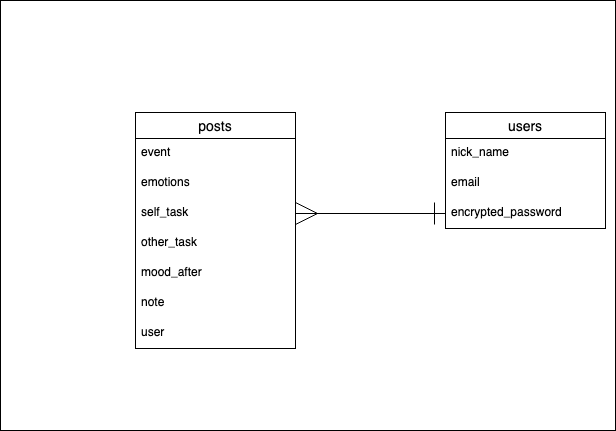
Before: ER.drawio.png, a diagram exported from draw.io (SymTr/oselfref). Source tidied: cells renumbered, new cells last; positions are measured from the earlier drawing's top-left corner, leaving out a move shared by most shapes. Its diagram source:
```xml
<mxGraphModel>
  <root>
    <mxCell id="0" />
    <mxCell id="1" parent="0" />
    <mxCell id="2" style="rounded=0;whiteSpace=wrap;html=1;" parent="1" vertex="1">
      <mxGeometry width="615" height="430" as="geometry" />
    </mxCell>
    <mxCell id="3" value="users" style="swimlane;fontStyle=0;horizontal=1;startSize=26;align=center;fontSize=14;" parent="1" vertex="1">
      <mxGeometry x="445" y="112" width="160" height="116" as="geometry" />
    </mxCell>
    <mxCell id="4" value="nick_name            " style="text;strokeColor=none;fillColor=none;spacingLeft=4;spacingRight=4;overflow=hidden;fontSize=12;" parent="3" vertex="1">
      <mxGeometry y="26" width="160" height="30" as="geometry" />
    </mxCell>
    <mxCell id="5" value="email    " style="text;strokeColor=none;fillColor=none;spacingLeft=4;spacingRight=4;overflow=hidden;fontSize=12;" parent="3" vertex="1">
      <mxGeometry y="56" width="160" height="30" as="geometry" />
    </mxCell>
    <mxCell id="6" value="encrypted_password" style="text;strokeColor=none;fillColor=none;spacingLeft=4;spacingRight=4;overflow=hidden;points=[[0,0.5],[1,0.5]];portConstraint=eastwest;fontSize=12;" parent="3" vertex="1">
      <mxGeometry y="86" width="160" height="30" as="geometry" />
    </mxCell>
    <mxCell id="7" style="edgeStyle=orthogonalEdgeStyle;html=1;startArrow=ERmany;startFill=0;endArrow=ERone;endFill=0;startSize=20;endSize=20;entryX=0;entryY=0.5;entryDx=0;entryDy=0;" parent="1" edge="1" source="8" target="6">
      <mxGeometry relative="1" as="geometry">
        <Array as="points">
          <mxPoint x="215" y="200" />
        </Array>
      </mxGeometry>
    </mxCell>
    <mxCell id="8" value="posts" style="swimlane;fontStyle=0;horizontal=1;startSize=26;align=center;fontSize=14;" parent="1" vertex="1">
      <mxGeometry x="135" y="112" width="160" height="236" as="geometry" />
    </mxCell>
    <mxCell id="9" value="event" style="text;strokeColor=none;fillColor=none;spacingLeft=4;spacingRight=4;overflow=hidden;fontSize=12;" parent="8" vertex="1">
      <mxGeometry y="26" width="160" height="30" as="geometry" />
    </mxCell>
    <mxCell id="10" value="emotions" style="text;strokeColor=none;fillColor=none;spacingLeft=4;spacingRight=4;overflow=hidden;fontSize=12;" parent="8" vertex="1">
      <mxGeometry y="56" width="160" height="30" as="geometry" />
    </mxCell>
    <mxCell id="11" value="self_task" style="text;strokeColor=none;fillColor=none;spacingLeft=4;spacingRight=4;overflow=hidden;fontSize=12;" parent="8" vertex="1">
      <mxGeometry y="86" width="160" height="30" as="geometry" />
    </mxCell>
    <mxCell id="12" value="other_task" style="text;strokeColor=none;fillColor=none;spacingLeft=4;spacingRight=4;overflow=hidden;fontSize=12;" parent="8" vertex="1">
      <mxGeometry y="116" width="160" height="30" as="geometry" />
    </mxCell>
    <mxCell id="13" value="mood_after" style="text;strokeColor=none;fillColor=none;spacingLeft=4;spacingRight=4;overflow=hidden;fontSize=12;" parent="8" vertex="1">
      <mxGeometry y="146" width="160" height="30" as="geometry" />
    </mxCell>
    <mxCell id="14" value="note" style="text;strokeColor=none;fillColor=none;spacingLeft=4;spacingRight=4;overflow=hidden;fontSize=12;" parent="8" vertex="1">
      <mxGeometry y="176" width="160" height="30" as="geometry" />
    </mxCell>
    <mxCell id="15" value="user" style="text;strokeColor=none;fillColor=none;spacingLeft=4;spacingRight=4;overflow=hidden;fontSize=12;" parent="8" vertex="1">
      <mxGeometry y="206" width="160" height="30" as="geometry" />
    </mxCell>
  </root>
</mxGraphModel>
```
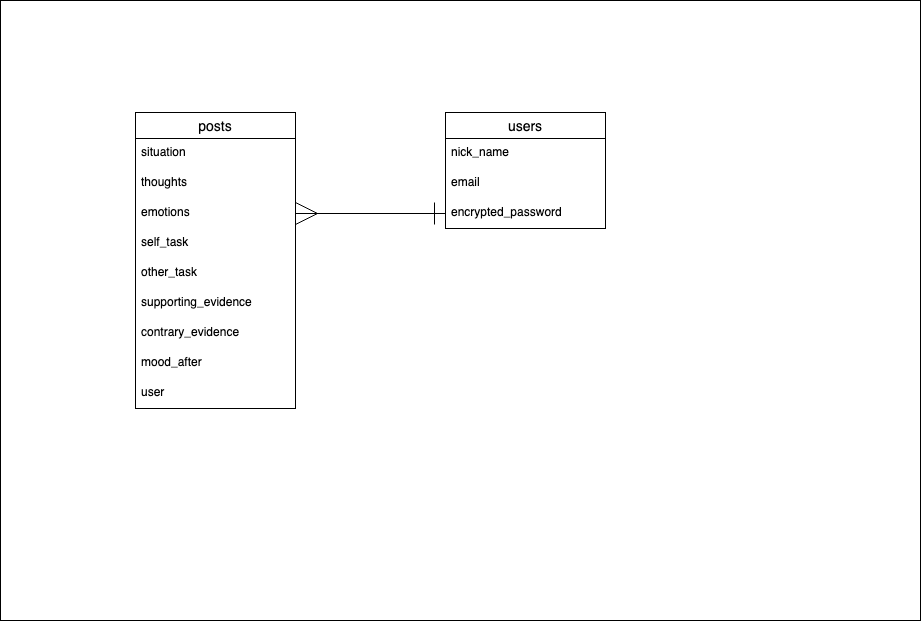
The same file after the commit.

Change to the diagram source:
```diff
@@ -3,7 +3,7 @@
     <mxCell id="0" />
     <mxCell id="1" parent="0" />
     <mxCell id="2" style="rounded=0;whiteSpace=wrap;html=1;" parent="1" vertex="1">
-      <mxGeometry width="615" height="430" as="geometry" />
+      <mxGeometry width="920" height="620" as="geometry" />
     </mxCell>
     <mxCell id="3" value="users" style="swimlane;fontStyle=0;horizontal=1;startSize=26;align=center;fontSize=14;" parent="1" vertex="1">
       <mxGeometry x="445" y="112" width="160" height="116" as="geometry" />
@@ -25,28 +25,34 @@
       </mxGeometry>
     </mxCell>
     <mxCell id="8" value="posts" style="swimlane;fontStyle=0;horizontal=1;startSize=26;align=center;fontSize=14;" parent="1" vertex="1">
-      <mxGeometry x="135" y="112" width="160" height="236" as="geometry" />
+      <mxGeometry x="135" y="112" width="160" height="296" as="geometry" />
     </mxCell>
-    <mxCell id="9" value="event" style="text;strokeColor=none;fillColor=none;spacingLeft=4;spacingRight=4;overflow=hidden;fontSize=12;" parent="8" vertex="1">
+    <mxCell id="9" value="situation    " style="text;strokeColor=none;fillColor=none;spacingLeft=4;spacingRight=4;overflow=hidden;fontSize=12;" parent="8" vertex="1">
       <mxGeometry y="26" width="160" height="30" as="geometry" />
     </mxCell>
-    <mxCell id="10" value="emotions" style="text;strokeColor=none;fillColor=none;spacingLeft=4;spacingRight=4;overflow=hidden;fontSize=12;" parent="8" vertex="1">
+    <mxCell id="10" value="thoughts" style="text;strokeColor=none;fillColor=none;spacingLeft=4;spacingRight=4;overflow=hidden;fontSize=12;" parent="8" vertex="1">
       <mxGeometry y="56" width="160" height="30" as="geometry" />
     </mxCell>
+    <mxCell id="16" value="emotions" style="text;strokeColor=none;fillColor=none;spacingLeft=4;spacingRight=4;overflow=hidden;fontSize=12;" parent="8" vertex="1">
+      <mxGeometry y="86" width="160" height="30" as="geometry" />
+    </mxCell>
     <mxCell id="11" value="self_task" style="text;strokeColor=none;fillColor=none;spacingLeft=4;spacingRight=4;overflow=hidden;fontSize=12;" parent="8" vertex="1">
-      <mxGeometry y="86" width="160" height="30" as="geometry" />
+      <mxGeometry y="116" width="160" height="30" as="geometry" />
     </mxCell>
     <mxCell id="12" value="other_task" style="text;strokeColor=none;fillColor=none;spacingLeft=4;spacingRight=4;overflow=hidden;fontSize=12;" parent="8" vertex="1">
-      <mxGeometry y="116" width="160" height="30" as="geometry" />
+      <mxGeometry y="146" width="160" height="30" as="geometry" />
     </mxCell>
+    <mxCell id="14" value="supporting_evidence" style="text;strokeColor=none;fillColor=none;spacingLeft=4;spacingRight=4;overflow=hidden;fontSize=12;" parent="8" vertex="1">
+      <mxGeometry y="176" width="160" height="30" as="geometry" />
+    </mxCell>
+    <mxCell id="17" value="contrary_evidence" style="text;strokeColor=none;fillColor=none;spacingLeft=4;spacingRight=4;overflow=hidden;fontSize=12;" parent="8" vertex="1">
+      <mxGeometry y="206" width="160" height="30" as="geometry" />
+    </mxCell>
     <mxCell id="13" value="mood_after" style="text;strokeColor=none;fillColor=none;spacingLeft=4;spacingRight=4;overflow=hidden;fontSize=12;" parent="8" vertex="1">
-      <mxGeometry y="146" width="160" height="30" as="geometry" />
+      <mxGeometry y="236" width="160" height="30" as="geometry" />
     </mxCell>
-    <mxCell id="14" value="note" style="text;strokeColor=none;fillColor=none;spacingLeft=4;spacingRight=4;overflow=hidden;fontSize=12;" parent="8" vertex="1">
-      <mxGeometry y="176" width="160" height="30" as="geometry" />
-    </mxCell>
     <mxCell id="15" value="user" style="text;strokeColor=none;fillColor=none;spacingLeft=4;spacingRight=4;overflow=hidden;fontSize=12;" parent="8" vertex="1">
-      <mxGeometry y="206" width="160" height="30" as="geometry" />
+      <mxGeometry y="266" width="160" height="30" as="geometry" />
     </mxCell>
   </root>
 </mxGraphModel>
```
